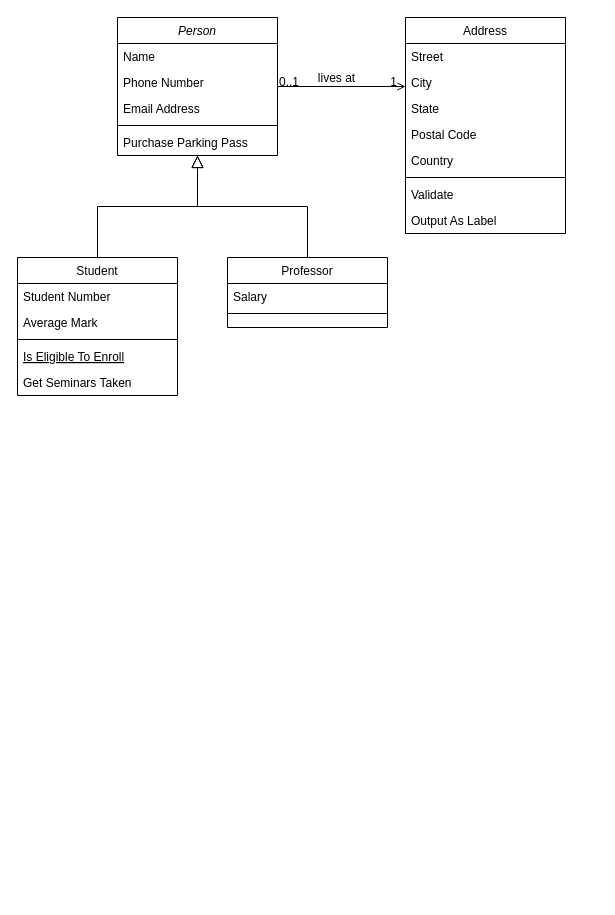
Earlier version of the draw.io diagram 제목 없는 다이어그램.drawio (zzangzzangguy/TIL). Source tidied: cells renumbered, new cells numbered last; positions are measured from the earlier drawing's top-left corner, leaving out a move shared by most shapes. Both pictures are drawn from the tidied source at 100%, with x=0, y=0 at pixel (17, 17).
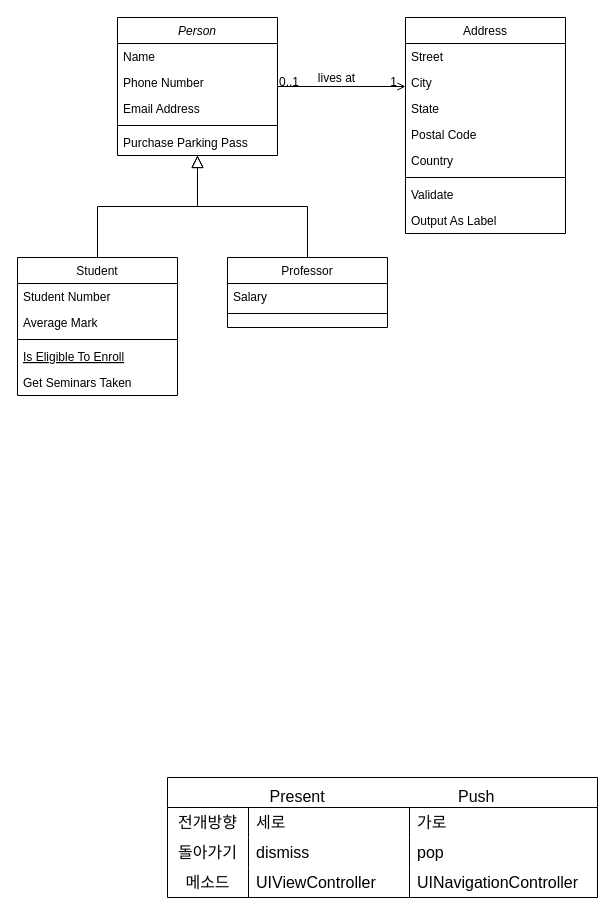
Above is the later version.

Commit message:
제목 없는 다이어그램.drawio 업데이트

What changed in the source:
```diff
@@
+    <mxCell id="32" value="Present                              Push" style="shape=table;startSize=30;childLayout=tableLayout;rowLines=0;fontStyle=0;strokeColor=default;fontSize=16;verticalAlign=bottom;" parent="1" vertex="1">
+      <mxGeometry x="150" y="760" width="430" height="120" as="geometry" />
+    </mxCell>
+    <mxCell id="33" style="shape=tableRow;horizontal=0;startSize=0;swimlaneHead=0;swimlaneBody=0;top=0;left=0;bottom=0;right=0;fillColor=none;strokeColor=inherit;fontSize=16;" parent="32" vertex="1">
+      <mxGeometry y="30" width="430" height="30" as="geometry" />
+    </mxCell>
+    <mxCell id="34" value="전개방향" style="shape=partialRectangle;html=1;whiteSpace=wrap;fillColor=none;top=0;left=0;bottom=0;right=0;overflow=hidden;strokeColor=inherit;fontSize=16;" parent="33" vertex="1">
+      <mxGeometry width="81" height="30" as="geometry" />
+    </mxCell>
+    <mxCell id="35" value="세로" style="shape=partialRectangle;html=1;whiteSpace=wrap;fillColor=none;top=0;left=0;bottom=0;right=0;align=left;spacingLeft=6;overflow=hidden;strokeColor=inherit;fontSize=16;" parent="33" vertex="1">
+      <mxGeometry x="81" width="161" height="30" as="geometry" />
+    </mxCell>
+    <mxCell id="36" value="가로" style="shape=partialRectangle;html=1;whiteSpace=wrap;fillColor=none;top=0;left=0;bottom=0;right=0;align=left;spacingLeft=6;overflow=hidden;strokeColor=inherit;fontSize=16;" parent="33" vertex="1">
+      <mxGeometry x="242" width="188" height="30" as="geometry" />
+    </mxCell>
+    <mxCell id="37" style="shape=tableRow;horizontal=0;startSize=0;swimlaneHead=0;swimlaneBody=0;top=0;left=0;bottom=0;right=0;fillColor=none;strokeColor=inherit;fontSize=16;" parent="32" vertex="1">
+      <mxGeometry y="60" width="430" height="30" as="geometry" />
+    </mxCell>
+    <mxCell id="38" value="돌아가기" style="shape=partialRectangle;html=1;whiteSpace=wrap;fillColor=none;top=0;left=0;bottom=0;right=0;overflow=hidden;strokeColor=inherit;fontSize=16;" parent="37" vertex="1">
+      <mxGeometry width="81" height="30" as="geometry" />
+    </mxCell>
+    <mxCell id="39" value="dismiss" style="shape=partialRectangle;html=1;whiteSpace=wrap;fillColor=none;top=0;left=0;bottom=0;right=0;align=left;spacingLeft=6;overflow=hidden;strokeColor=inherit;fontSize=16;" parent="37" vertex="1">
+      <mxGeometry x="81" width="161" height="30" as="geometry" />
+    </mxCell>
+    <mxCell id="40" value="pop" style="shape=partialRectangle;html=1;whiteSpace=wrap;fillColor=none;top=0;left=0;bottom=0;right=0;align=left;spacingLeft=6;overflow=hidden;strokeColor=inherit;fontSize=16;" parent="37" vertex="1">
+      <mxGeometry x="242" width="188" height="30" as="geometry" />
+    </mxCell>
+    <mxCell id="41" style="shape=tableRow;horizontal=0;startSize=0;swimlaneHead=0;swimlaneBody=0;top=0;left=0;bottom=0;right=0;fillColor=none;strokeColor=inherit;fontSize=16;" parent="32" vertex="1">
+      <mxGeometry y="90" width="430" height="30" as="geometry" />
+    </mxCell>
+    <mxCell id="42" value="메소드" style="shape=partialRectangle;html=1;whiteSpace=wrap;fillColor=none;top=0;left=0;bottom=0;right=0;overflow=hidden;strokeColor=inherit;fontSize=16;" parent="41" vertex="1">
+      <mxGeometry width="81" height="30" as="geometry" />
+    </mxCell>
+    <mxCell id="43" value="UIViewController" style="shape=partialRectangle;html=1;whiteSpace=wrap;fillColor=none;top=0;left=0;bottom=0;right=0;align=left;spacingLeft=6;overflow=hidden;strokeColor=inherit;fontSize=16;" parent="41" vertex="1">
+      <mxGeometry x="81" width="161" height="30" as="geometry" />
+    </mxCell>
+    <mxCell id="44" value="UINavigationController" style="shape=partialRectangle;html=1;whiteSpace=wrap;fillColor=none;top=0;left=0;bottom=0;right=0;align=left;spacingLeft=6;overflow=hidden;strokeColor=inherit;fontSize=16;" parent="41" vertex="1">
+      <mxGeometry x="242" width="188" height="30" as="geometry" />
+    </mxCell>
```
